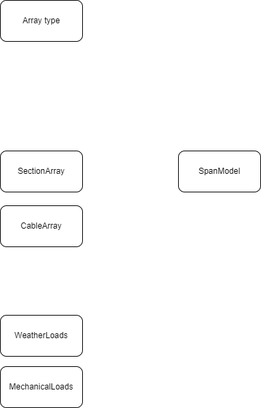
Before: docs/user_guide/assets/ug_modules.drawio.png, a diagram exported from draw.io (phlowers/mechaphlowers). Source tidied: cells renumbered, new cells last; positions are measured from the earlier drawing's top-left corner, leaving out a move shared by most shapes.
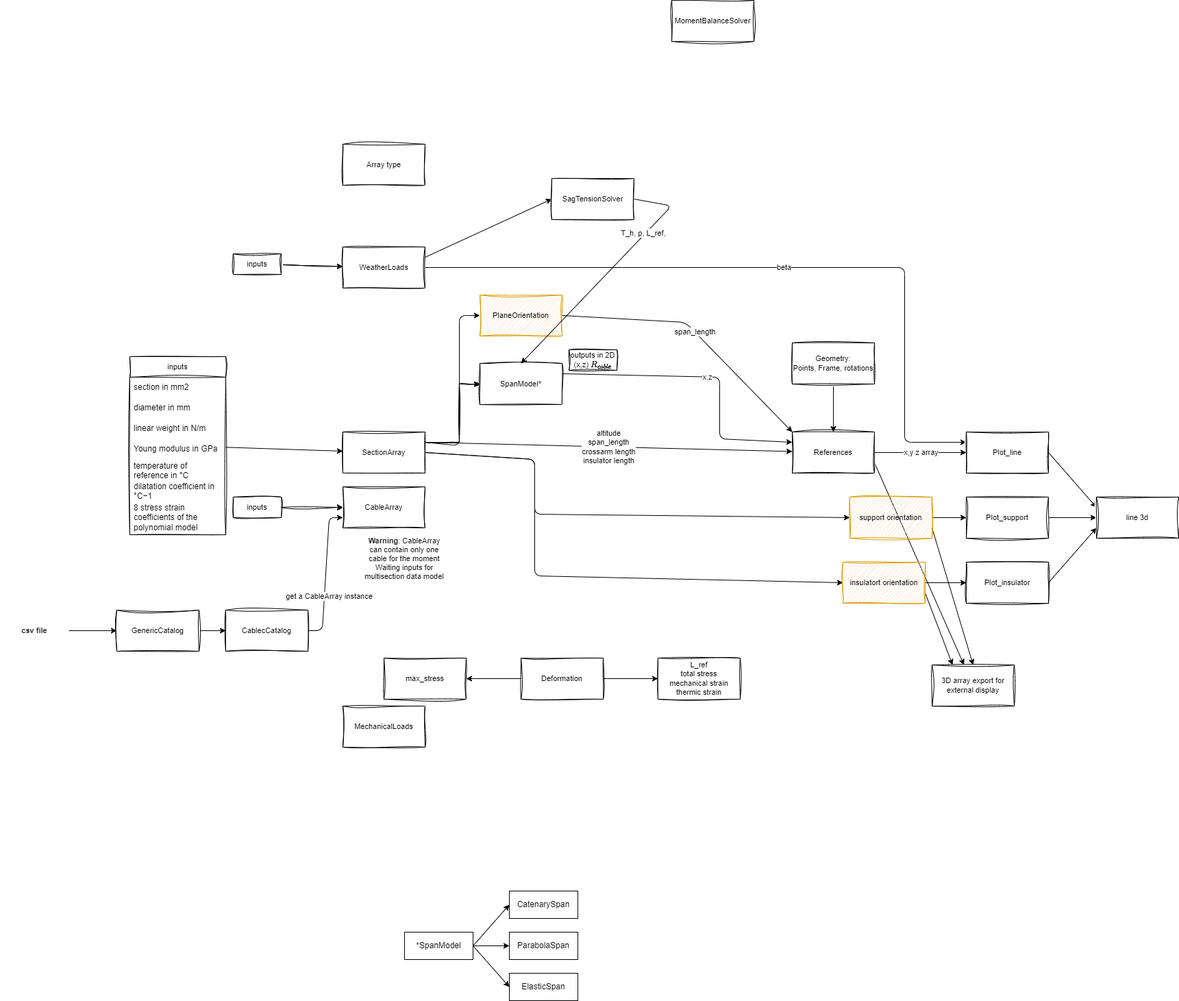
After the commit.

The edit, as a diff of the source:
```diff
@@ -1,24 +1,266 @@
-<mxGraphModel>
+<mxGraphModel math="1">
   <root>
     <mxCell id="0" />
     <mxCell id="1" parent="0" />
-    <mxCell id="2" value="Array type" style="rounded=1;whiteSpace=wrap;html=1;" parent="1" vertex="1">
-      <mxGeometry width="120" height="60" as="geometry" />
+    <mxCell id="2" value="Array type" style="rounded=0;whiteSpace=wrap;html=1;sketch=1;curveFitting=1;jiggle=2;fontFamily=Helvetica;fontSize=11;" parent="1" vertex="1">
+      <mxGeometry y="-200" width="120" height="60" as="geometry" />
     </mxCell>
-    <mxCell id="3" value="CableArray" style="rounded=1;whiteSpace=wrap;html=1;" parent="1" vertex="1">
+    <mxCell id="3" value="CableArray" style="rounded=0;whiteSpace=wrap;html=1;sketch=1;curveFitting=1;jiggle=2;fontFamily=Helvetica;fontSize=11;" parent="1" vertex="1">
       <mxGeometry y="300" width="120" height="60" as="geometry" />
     </mxCell>
+    <mxCell id="8" style="edgeStyle=none;html=1;rounded=0;sketch=1;curveFitting=1;jiggle=2;fontFamily=Helvetica;fontSize=11;entryX=0;entryY=0.5;entryDx=0;entryDy=0;exitX=1;exitY=0.25;exitDx=0;exitDy=0;" parent="1" edge="1" source="4" target="7">
+      <mxGeometry relative="1" as="geometry">
+        <Array as="points">
+          <mxPoint x="170" y="235" />
+          <mxPoint x="170" y="150" />
+        </Array>
+      </mxGeometry>
+    </mxCell>
+    <mxCell id="9" value="altitude&lt;div&gt;span_length&lt;/div&gt;&lt;div&gt;crossarm length&lt;/div&gt;&lt;div&gt;insulator length&lt;/div&gt;" style="edgeStyle=none;html=1;exitX=1;exitY=0.25;exitDx=0;exitDy=0;" parent="1" edge="1" source="4" target="26">
+      <mxGeometry relative="1" as="geometry" />
+    </mxCell>
+    <mxCell id="10" style="edgeStyle=none;html=1;entryX=0;entryY=0.5;entryDx=0;entryDy=0;exitX=1;exitY=0.5;exitDx=0;exitDy=0;" parent="1" edge="1" source="38" target="28">
+      <mxGeometry relative="1" as="geometry" />
+    </mxCell>
+    <mxCell id="11" style="edgeStyle=none;html=1;exitX=1;exitY=0.5;exitDx=0;exitDy=0;entryX=0;entryY=0.5;entryDx=0;entryDy=0;" parent="1" edge="1" source="35" target="30">
+      <mxGeometry relative="1" as="geometry" />
+    </mxCell>
+    <mxCell id="12" style="edgeStyle=none;html=1;exitX=1;exitY=0.25;exitDx=0;exitDy=0;entryX=0;entryY=0.5;entryDx=0;entryDy=0;" parent="1" edge="1" source="4" target="32">
+      <mxGeometry relative="1" as="geometry">
+        <Array as="points">
+          <mxPoint x="170" y="240" />
+          <mxPoint x="170" y="50" />
+        </Array>
+      </mxGeometry>
+    </mxCell>
-    <mxCell id="4" value="SectionArray" style="rounded=1;whiteSpace=wrap;html=1;" parent="1" vertex="1">
+    <mxCell id="4" value="SectionArray" style="rounded=0;whiteSpace=wrap;html=1;sketch=1;curveFitting=1;jiggle=2;fontFamily=Helvetica;fontSize=11;" parent="1" vertex="1">
       <mxGeometry y="220" width="120" height="60" as="geometry" />
     </mxCell>
+    <mxCell id="13" value="beta" style="edgeStyle=none;html=1;exitX=1;exitY=0.5;exitDx=0;exitDy=0;entryX=0;entryY=0.25;entryDx=0;entryDy=0;" parent="1" edge="1" source="5" target="17">
+      <mxGeometry relative="1" as="geometry">
+        <Array as="points">
+          <mxPoint x="820" y="-20" />
+          <mxPoint x="820" y="235" />
+        </Array>
+      </mxGeometry>
+    </mxCell>
+    <mxCell id="14" style="edgeStyle=none;html=1;exitX=1;exitY=0.25;exitDx=0;exitDy=0;entryX=0;entryY=0.5;entryDx=0;entryDy=0;" parent="1" edge="1" source="5" target="72">
+      <mxGeometry relative="1" as="geometry" />
+    </mxCell>
-    <mxCell id="5" value="WeatherLoads" style="rounded=1;whiteSpace=wrap;html=1;" parent="1" vertex="1">
-      <mxGeometry y="460" width="120" height="60" as="geometry" />
+    <mxCell id="5" value="WeatherLoads" style="rounded=0;whiteSpace=wrap;html=1;sketch=1;curveFitting=1;jiggle=2;fontFamily=Helvetica;fontSize=11;" parent="1" vertex="1">
+      <mxGeometry y="-50" width="120" height="60" as="geometry" />
     </mxCell>
-    <mxCell id="6" value="MechanicalLoads" style="rounded=1;whiteSpace=wrap;html=1;" parent="1" vertex="1">
-      <mxGeometry y="535" width="120" height="60" as="geometry" />
+    <mxCell id="6" value="MechanicalLoads" style="rounded=0;whiteSpace=wrap;html=1;sketch=1;curveFitting=1;jiggle=2;fontFamily=Helvetica;fontSize=11;" parent="1" vertex="1">
+      <mxGeometry y="620" width="120" height="60" as="geometry" />
     </mxCell>
+    <mxCell id="15" value="x,z" style="edgeStyle=none;html=1;exitX=1;exitY=0.25;exitDx=0;exitDy=0;entryX=0;entryY=0.25;entryDx=0;entryDy=0;" parent="1" edge="1" source="7" target="26">
+      <mxGeometry relative="1" as="geometry">
+        <Array as="points">
+          <mxPoint x="550" y="140" />
+          <mxPoint x="550" y="230" />
+        </Array>
+      </mxGeometry>
+    </mxCell>
-    <mxCell id="7" value="SpanModel" style="rounded=1;whiteSpace=wrap;html=1;" parent="1" vertex="1">
-      <mxGeometry x="260" y="220" width="120" height="60" as="geometry" />
+    <mxCell id="7" value="SpanModel*" style="rounded=0;whiteSpace=wrap;html=1;fontFamily=Helvetica;fontSize=11;sketch=1;curveFitting=1;jiggle=2;glass=0;shadow=0;" parent="1" vertex="1">
+      <mxGeometry x="200" y="120" width="120" height="60" as="geometry" />
     </mxCell>
+    <mxCell id="16" style="edgeStyle=none;html=1;exitX=1;exitY=0.5;exitDx=0;exitDy=0;entryX=0;entryY=0.25;entryDx=0;entryDy=0;" parent="1" edge="1" source="17" target="39">
+      <mxGeometry relative="1" as="geometry" />
+    </mxCell>
+    <mxCell id="17" value="Plot_line" style="rounded=0;whiteSpace=wrap;html=1;sketch=1;curveFitting=1;jiggle=2;fontFamily=Helvetica;fontSize=11;" parent="1" vertex="1">
+      <mxGeometry x="910" y="220" width="120" height="60" as="geometry" />
+    </mxCell>
+    <mxCell id="18" value="outputs in 2D (x,z)&amp;nbsp;&lt;span style=&quot;color: rgb(0, 0, 0); text-align: left;&quot;&gt;\(R_{cable}\)&lt;/span&gt;" style="swimlane;fontStyle=0;horizontal=1;startSize=30;whiteSpace=wrap;html=1;rounded=0;sketch=1;curveFitting=1;jiggle=2;fontFamily=Helvetica;fontSize=11;" parent="1" vertex="1" collapsed="1">
+      <mxGeometry x="330" y="100" width="70" height="30" as="geometry" />
+    </mxCell>
+    <mxCell id="19" style="edgeStyle=none;html=1;rounded=0;sketch=1;curveFitting=1;jiggle=2;fontFamily=Helvetica;fontSize=11;" parent="1" edge="1" source="20" target="3">
+      <mxGeometry relative="1" as="geometry" />
+    </mxCell>
+    <mxCell id="20" value="inputs" style="swimlane;fontStyle=0;horizontal=1;startSize=30;whiteSpace=wrap;html=1;rounded=0;sketch=1;curveFitting=1;jiggle=2;fontFamily=Helvetica;fontSize=11;" parent="1" vertex="1" collapsed="1">
+      <mxGeometry x="-160" y="315" width="70" height="30" as="geometry" />
+    </mxCell>
+    <mxCell id="21" value="&lt;b&gt;Warning&lt;/b&gt;: CableArray can contain only one cable for the moment&lt;div&gt;Waiting inputs for multisection data model&lt;/div&gt;" style="text;html=1;align=center;verticalAlign=middle;whiteSpace=wrap;rounded=0;sketch=1;curveFitting=1;jiggle=2;fontFamily=Helvetica;fontSize=11;" parent="1" vertex="1">
+      <mxGeometry x="30" y="360" width="120" height="90" as="geometry" />
+    </mxCell>
+    <mxCell id="22" style="edgeStyle=none;html=1;rounded=0;sketch=1;curveFitting=1;jiggle=2;fontFamily=Helvetica;fontSize=11;" parent="1" edge="1" source="23" target="5">
+      <mxGeometry relative="1" as="geometry" />
+    </mxCell>
+    <mxCell id="23" value="inputs" style="swimlane;fontStyle=0;horizontal=1;startSize=30;whiteSpace=wrap;html=1;rounded=0;sketch=1;curveFitting=1;jiggle=2;fontFamily=Helvetica;fontSize=11;" parent="1" vertex="1" collapsed="1">
+      <mxGeometry x="-160" y="-40" width="70" height="30" as="geometry" />
+    </mxCell>
+    <mxCell id="24" value="x,y z array" style="edgeStyle=none;html=1;exitX=1;exitY=0.5;exitDx=0;exitDy=0;entryX=0;entryY=0.5;entryDx=0;entryDy=0;" parent="1" edge="1" source="26" target="17">
+      <mxGeometry relative="1" as="geometry" />
+    </mxCell>
+    <mxCell id="25" style="edgeStyle=none;html=1;exitX=1;exitY=0.75;exitDx=0;exitDy=0;" parent="1" edge="1" source="26" target="40">
+      <mxGeometry relative="1" as="geometry" />
+    </mxCell>
+    <mxCell id="26" value="References" style="rounded=0;whiteSpace=wrap;html=1;sketch=1;curveFitting=1;jiggle=2;fontFamily=Helvetica;fontSize=11;" parent="1" vertex="1">
+      <mxGeometry x="656" y="220" width="120" height="60" as="geometry" />
+    </mxCell>
+    <mxCell id="27" style="edgeStyle=none;html=1;exitX=1;exitY=0.5;exitDx=0;exitDy=0;entryX=0;entryY=0.5;entryDx=0;entryDy=0;" parent="1" edge="1" source="28" target="39">
+      <mxGeometry relative="1" as="geometry" />
+    </mxCell>
+    <mxCell id="28" value="Plot_support" style="rounded=0;whiteSpace=wrap;html=1;sketch=1;curveFitting=1;jiggle=2;fontFamily=Helvetica;fontSize=11;" parent="1" vertex="1">
+      <mxGeometry x="910" y="315" width="120" height="60" as="geometry" />
+    </mxCell>
+    <mxCell id="29" style="edgeStyle=none;html=1;exitX=1;exitY=0.5;exitDx=0;exitDy=0;entryX=0;entryY=0.75;entryDx=0;entryDy=0;" parent="1" edge="1" source="30" target="39">
+      <mxGeometry relative="1" as="geometry" />
+    </mxCell>
+    <mxCell id="30" value="Plot_insulator" style="rounded=0;whiteSpace=wrap;html=1;sketch=1;curveFitting=1;jiggle=2;fontFamily=Helvetica;fontSize=11;" parent="1" vertex="1">
+      <mxGeometry x="910" y="410" width="120" height="60" as="geometry" />
+    </mxCell>
+    <mxCell id="31" value="span_length" style="edgeStyle=none;html=1;exitX=1;exitY=0.5;exitDx=0;exitDy=0;entryX=0;entryY=0;entryDx=0;entryDy=0;" parent="1" edge="1" source="32" target="26">
+      <mxGeometry relative="1" as="geometry">
+        <Array as="points">
+          <mxPoint x="500" y="60" />
+        </Array>
+      </mxGeometry>
+    </mxCell>
+    <mxCell id="32" value="PlaneOrientation" style="rounded=0;whiteSpace=wrap;html=1;sketch=1;curveFitting=1;jiggle=2;fontFamily=Helvetica;fontSize=11;fillColor=#ffe6cc;strokeColor=#d79b00;" parent="1" vertex="1">
+      <mxGeometry x="200" y="20" width="120" height="60" as="geometry" />
+    </mxCell>
+    <mxCell id="33" style="edgeStyle=none;html=1;exitX=1;exitY=0.5;exitDx=0;exitDy=0;entryX=0;entryY=0.5;entryDx=0;entryDy=0;" parent="1" edge="1" source="4" target="35">
+      <mxGeometry relative="1" as="geometry">
+        <Array as="points">
+          <mxPoint x="280" y="260" />
+          <mxPoint x="280" y="430" />
+        </Array>
+      </mxGeometry>
+    </mxCell>
+    <mxCell id="34" style="edgeStyle=none;html=1;exitX=1;exitY=0.75;exitDx=0;exitDy=0;entryX=0.25;entryY=0;entryDx=0;entryDy=0;" parent="1" edge="1" source="35" target="40">
+      <mxGeometry relative="1" as="geometry" />
+    </mxCell>
+    <mxCell id="35" value="insulatort orientation" style="rounded=0;whiteSpace=wrap;html=1;sketch=1;curveFitting=1;jiggle=2;fontFamily=Helvetica;fontSize=11;fillColor=#ffe6cc;strokeColor=#d79b00;" parent="1" vertex="1">
+      <mxGeometry x="730" y="410" width="120" height="60" as="geometry" />
+    </mxCell>
+    <mxCell id="36" style="edgeStyle=none;html=1;entryX=0;entryY=0.5;entryDx=0;entryDy=0;exitX=1;exitY=0.5;exitDx=0;exitDy=0;" parent="1" edge="1" source="4" target="38">
+      <mxGeometry relative="1" as="geometry">
+        <Array as="points">
+          <mxPoint x="280" y="260" />
+          <mxPoint x="280" y="340" />
+        </Array>
+      </mxGeometry>
+    </mxCell>
+    <mxCell id="37" style="edgeStyle=none;html=1;exitX=1;exitY=0.75;exitDx=0;exitDy=0;entryX=0.5;entryY=0;entryDx=0;entryDy=0;" parent="1" edge="1" source="38" target="40">
+      <mxGeometry relative="1" as="geometry" />
+    </mxCell>
+    <mxCell id="38" value="support orientation" style="rounded=0;whiteSpace=wrap;html=1;sketch=1;curveFitting=1;jiggle=2;fontFamily=Helvetica;fontSize=11;fillColor=#ffe6cc;strokeColor=#d79b00;" parent="1" vertex="1">
+      <mxGeometry x="740" y="315" width="120" height="60" as="geometry" />
+    </mxCell>
+    <mxCell id="39" value="line 3d" style="rounded=0;whiteSpace=wrap;html=1;sketch=1;curveFitting=1;jiggle=2;fontFamily=Helvetica;fontSize=11;" parent="1" vertex="1">
+      <mxGeometry x="1100" y="315" width="120" height="60" as="geometry" />
+    </mxCell>
+    <mxCell id="40" value="3D array export for external display" style="rounded=0;whiteSpace=wrap;html=1;sketch=1;curveFitting=1;jiggle=2;fontFamily=Helvetica;fontSize=11;" parent="1" vertex="1">
+      <mxGeometry x="860" y="560" width="120" height="60" as="geometry" />
+    </mxCell>
+    <mxCell id="41" style="edgeStyle=none;html=1;exitX=1;exitY=0.5;exitDx=0;exitDy=0;entryX=0;entryY=0.5;entryDx=0;entryDy=0;" parent="1" edge="1" source="44" target="46">
+      <mxGeometry relative="1" as="geometry" />
+    </mxCell>
+    <mxCell id="42" style="edgeStyle=none;html=1;exitX=1;exitY=0.5;exitDx=0;exitDy=0;entryX=0;entryY=0.5;entryDx=0;entryDy=0;" parent="1" edge="1" source="44" target="47">
+      <mxGeometry relative="1" as="geometry" />
+    </mxCell>
+    <mxCell id="43" style="edgeStyle=none;html=1;exitX=1;exitY=0.5;exitDx=0;exitDy=0;entryX=0;entryY=0.5;entryDx=0;entryDy=0;" parent="1" edge="1" source="44" target="48">
+      <mxGeometry relative="1" as="geometry" />
+    </mxCell>
+    <mxCell id="44" value="*SpanModel" style="whiteSpace=wrap;html=1;" parent="1" vertex="1">
+      <mxGeometry x="90" y="950" width="100" height="40" as="geometry" />
+    </mxCell>
+    <mxCell id="45" style="edgeStyle=elbowEdgeStyle;elbow=horizontal;html=1;rounded=1;curved=0;sourcePerimeterSpacing=0;targetPerimeterSpacing=0;startSize=6;endSize=6;" parent="1" edge="1" source="1" target="44">
+      <mxGeometry relative="1" as="geometry" />
+    </mxCell>
+    <mxCell id="46" value="CatenarySpan" style="whiteSpace=wrap;html=1;" parent="1" vertex="1">
+      <mxGeometry x="243" y="890" width="100" height="40" as="geometry" />
+    </mxCell>
+    <mxCell id="47" value="ParabolaSpan" style="whiteSpace=wrap;html=1;" parent="1" vertex="1">
+      <mxGeometry x="243" y="950" width="100" height="40" as="geometry" />
+    </mxCell>
+    <mxCell id="48" value="ElasticSpan" style="whiteSpace=wrap;html=1;" parent="1" vertex="1">
+      <mxGeometry x="243" y="1010" width="100" height="40" as="geometry" />
+    </mxCell>
+    <mxCell id="49" style="edgeStyle=none;html=1;" parent="1" edge="1" source="50" target="26">
+      <mxGeometry relative="1" as="geometry" />
+    </mxCell>
+    <mxCell id="50" value="Geometry:&lt;div&gt;Points, Frame, rotations&lt;/div&gt;" style="rounded=0;whiteSpace=wrap;html=1;sketch=1;curveFitting=1;jiggle=2;fontFamily=Helvetica;fontSize=11;" parent="1" vertex="1">
+      <mxGeometry x="656" y="90" width="120" height="60" as="geometry" />
+    </mxCell>
+    <mxCell id="51" style="edgeStyle=none;html=1;exitX=1;exitY=0.5;exitDx=0;exitDy=0;entryX=0;entryY=0.5;entryDx=0;entryDy=0;" parent="1" edge="1" source="52" target="56">
+      <mxGeometry relative="1" as="geometry" />
+    </mxCell>
+    <mxCell id="52" value="GenericCatalog" style="rounded=0;whiteSpace=wrap;html=1;sketch=1;curveFitting=1;jiggle=2;fontFamily=Helvetica;fontSize=11;" parent="1" vertex="1">
+      <mxGeometry x="-330" y="480" width="120" height="60" as="geometry" />
+    </mxCell>
+    <mxCell id="53" style="edgeStyle=none;html=1;exitX=1;exitY=0.5;exitDx=0;exitDy=0;entryX=0;entryY=0.5;entryDx=0;entryDy=0;" parent="1" edge="1" source="54" target="52">
+      <mxGeometry relative="1" as="geometry" />
+    </mxCell>
+    <mxCell id="54" value="&lt;b&gt;csv file&lt;/b&gt;" style="text;html=1;align=center;verticalAlign=middle;whiteSpace=wrap;rounded=0;sketch=1;curveFitting=1;jiggle=2;fontFamily=Helvetica;fontSize=11;" parent="1" vertex="1">
+      <mxGeometry x="-500" y="490" width="100" height="40" as="geometry" />
+    </mxCell>
+    <mxCell id="55" value="get a CableArray instance" style="edgeStyle=none;html=1;exitX=1;exitY=0.5;exitDx=0;exitDy=0;entryX=0;entryY=0.75;entryDx=0;entryDy=0;" parent="1" edge="1" source="56" target="3">
+      <mxGeometry x="-0.31" y="-7" relative="1" as="geometry">
+        <Array as="points">
+          <mxPoint x="-30" y="510" />
+          <mxPoint x="-20" y="345" />
+        </Array>
+      </mxGeometry>
+    </mxCell>
+    <mxCell id="56" value="CablecCatalog" style="rounded=0;whiteSpace=wrap;html=1;sketch=1;curveFitting=1;jiggle=2;fontFamily=Helvetica;fontSize=11;" parent="1" vertex="1">
+      <mxGeometry x="-171" y="480" width="120" height="60" as="geometry" />
+    </mxCell>
+    <mxCell id="57" style="edgeStyle=none;html=1;" parent="1" edge="1" source="59" target="69">
+      <mxGeometry relative="1" as="geometry" />
+    </mxCell>
+    <mxCell id="58" style="edgeStyle=none;html=1;" parent="1" edge="1" source="59" target="70">
+      <mxGeometry relative="1" as="geometry" />
+    </mxCell>
+    <mxCell id="59" value="Deformation" style="rounded=0;whiteSpace=wrap;html=1;sketch=1;curveFitting=1;jiggle=2;fontFamily=Helvetica;fontSize=11;" parent="1" vertex="1">
+      <mxGeometry x="260" y="550" width="120" height="60" as="geometry" />
+    </mxCell>
+    <mxCell id="60" style="edgeStyle=none;html=1;" parent="1" edge="1" source="61" target="4">
+      <mxGeometry relative="1" as="geometry" />
+    </mxCell>
+    <mxCell id="61" value="inputs" style="swimlane;fontStyle=0;horizontal=1;startSize=30;whiteSpace=wrap;html=1;rounded=0;sketch=1;curveFitting=1;jiggle=2;fontFamily=Helvetica;fontSize=11;" parent="1" vertex="1">
+      <mxGeometry x="-311" y="110" width="140" height="260" as="geometry" />
+    </mxCell>
+    <mxCell id="62" value="section in mm2" style="text;strokeColor=none;fillColor=none;align=left;verticalAlign=middle;spacingLeft=4;spacingRight=4;overflow=hidden;whiteSpace=wrap;html=1;rounded=0;sketch=1;curveFitting=1;jiggle=2;" parent="61" vertex="1">
+      <mxGeometry y="30" width="140" height="30" as="geometry" />
+    </mxCell>
+    <mxCell id="63" value="diameter in mm" style="text;strokeColor=none;fillColor=none;align=left;verticalAlign=middle;spacingLeft=4;spacingRight=4;overflow=hidden;whiteSpace=wrap;html=1;rounded=0;sketch=1;curveFitting=1;jiggle=2;" parent="61" vertex="1">
+      <mxGeometry y="60" width="140" height="30" as="geometry" />
+    </mxCell>
+    <mxCell id="64" value="linear weight in N/m" style="text;strokeColor=none;fillColor=none;align=left;verticalAlign=middle;spacingLeft=4;spacingRight=4;overflow=hidden;whiteSpace=wrap;html=1;rounded=0;sketch=1;curveFitting=1;jiggle=2;" parent="61" vertex="1">
+      <mxGeometry y="90" width="140" height="30" as="geometry" />
+    </mxCell>
+    <mxCell id="65" value="Young modulus in GPa" style="text;strokeColor=none;fillColor=none;align=left;verticalAlign=middle;spacingLeft=4;spacingRight=4;overflow=hidden;whiteSpace=wrap;html=1;rounded=0;sketch=1;curveFitting=1;jiggle=2;" parent="61" vertex="1">
+      <mxGeometry y="120" width="140" height="30" as="geometry" />
+    </mxCell>
+    <mxCell id="66" value="temperature of reference in °C" style="text;strokeColor=none;fillColor=none;align=left;verticalAlign=middle;spacingLeft=4;spacingRight=4;overflow=hidden;whiteSpace=wrap;html=1;rounded=0;sketch=1;curveFitting=1;jiggle=2;" parent="61" vertex="1">
+      <mxGeometry y="150" width="140" height="30" as="geometry" />
+    </mxCell>
+    <mxCell id="67" value="dilatation coefficient in °C−1" style="text;strokeColor=none;fillColor=none;align=left;verticalAlign=middle;spacingLeft=4;spacingRight=4;overflow=hidden;whiteSpace=wrap;html=1;rounded=0;sketch=1;curveFitting=1;jiggle=2;" parent="61" vertex="1">
+      <mxGeometry y="180" width="140" height="30" as="geometry" />
+    </mxCell>
+    <mxCell id="68" value="8 stress strain coefficients of the polynomial model&amp;nbsp;" style="text;strokeColor=none;fillColor=none;align=left;verticalAlign=middle;spacingLeft=4;spacingRight=4;overflow=hidden;whiteSpace=wrap;html=1;rounded=0;sketch=1;curveFitting=1;jiggle=2;" parent="61" vertex="1">
+      <mxGeometry y="210" width="140" height="50" as="geometry" />
+    </mxCell>
+    <mxCell id="69" value="L_ref&lt;div&gt;total stress&lt;/div&gt;&lt;div&gt;mechanical strain&lt;/div&gt;&lt;div&gt;thermic strain&lt;/div&gt;" style="rounded=0;whiteSpace=wrap;html=1;sketch=1;curveFitting=1;jiggle=2;fontFamily=Helvetica;fontSize=11;" parent="1" vertex="1">
+      <mxGeometry x="460" y="550" width="120" height="60" as="geometry" />
+    </mxCell>
+    <mxCell id="70" value="max_stress" style="rounded=0;whiteSpace=wrap;html=1;sketch=1;curveFitting=1;jiggle=2;fontFamily=Helvetica;fontSize=11;" parent="1" vertex="1">
+      <mxGeometry x="60" y="550" width="120" height="60" as="geometry" />
+    </mxCell>
+    <mxCell id="71" value="T_h, p, L_ref,&amp;nbsp;" style="edgeStyle=none;html=1;exitX=1;exitY=0.5;exitDx=0;exitDy=0;entryX=0.5;entryY=0;entryDx=0;entryDy=0;" parent="1" edge="1" source="72" target="7">
+      <mxGeometry x="-0.4" y="-1" relative="1" as="geometry">
+        <Array as="points">
+          <mxPoint x="480" y="-110" />
+        </Array>
+        <mxPoint x="-1" as="offset" />
+      </mxGeometry>
+    </mxCell>
+    <mxCell id="72" value="SagTensionSolver" style="rounded=0;whiteSpace=wrap;html=1;sketch=1;curveFitting=1;jiggle=2;fontFamily=Helvetica;fontSize=11;" parent="1" vertex="1">
+      <mxGeometry x="305" y="-150" width="120" height="60" as="geometry" />
+    </mxCell>
+    <mxCell id="73" value="MomentBalanceSolver" style="rounded=0;whiteSpace=wrap;html=1;sketch=1;curveFitting=1;jiggle=2;fontFamily=Helvetica;fontSize=11;" parent="1" vertex="1">
+      <mxGeometry x="480" y="-410" width="120" height="60" as="geometry" />
+    </mxCell>
   </root>
 </mxGraphModel>
```
